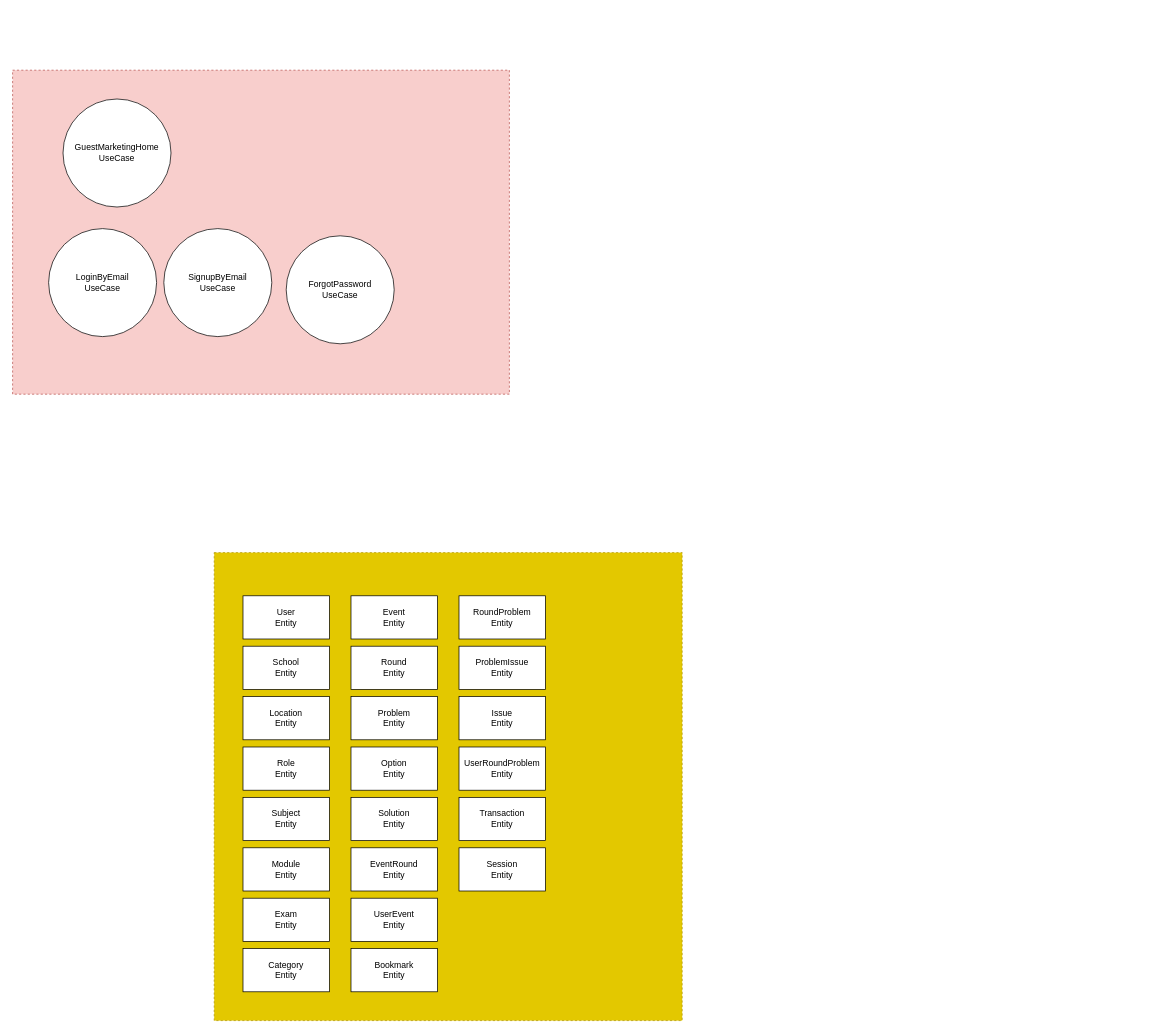
This is 3. draw.io/Untitled Diagram.drawio from aryskaliyev/go-bite-projects, a draw.io file, before an edit. Source tidied: cells renumbered, new cells numbered last; positions are measured from the earlier drawing's top-left corner, leaving out a move shared by most shapes. Both pictures are drawn from the tidied source at 72%, with x=0, y=0 at pixel (12, 70).
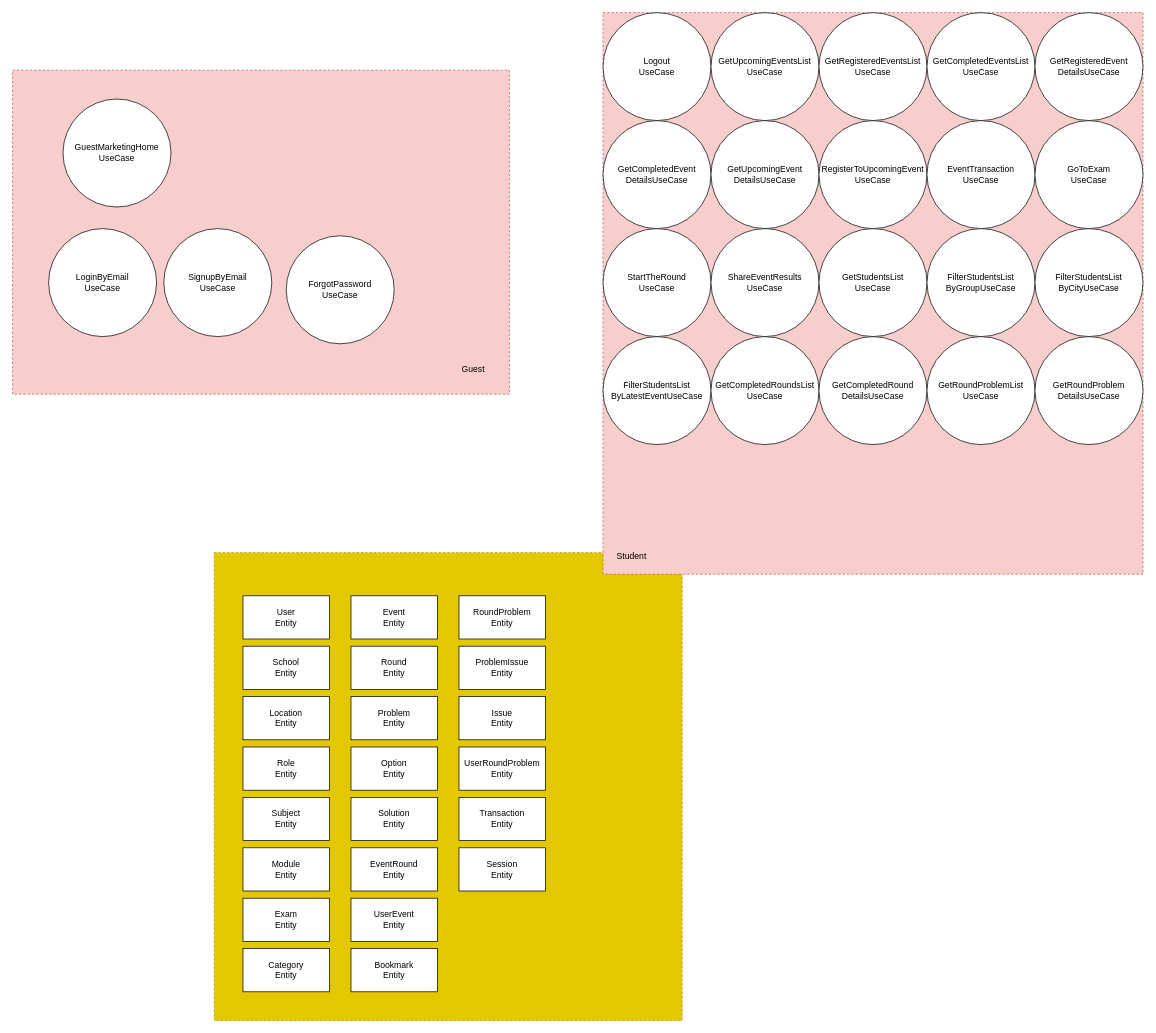
The same diagram, later.

Change to the diagram source:
```diff
@@
+    <mxCell id="30" style="rounded=0;whiteSpace=wrap;html=1;fillColor=#f8cecc;strokeColor=#b85450;dashed=1;" parent="1" vertex="1">
+      <mxGeometry x="820" y="-80" width="750" height="780" as="geometry" />
+    </mxCell>
+    <mxCell id="31" value="Student" style="text;html=1;strokeColor=none;fillColor=none;align=center;verticalAlign=middle;whiteSpace=wrap;rounded=0;" parent="1" vertex="1">
+      <mxGeometry x="830" y="660" width="60" height="30" as="geometry" />
+    </mxCell>
+    <mxCell id="32" value="Guest" style="text;html=1;strokeColor=none;fillColor=none;align=center;verticalAlign=middle;whiteSpace=wrap;rounded=0;" parent="1" vertex="1">
+      <mxGeometry x="610" y="400" width="60" height="30" as="geometry" />
+    </mxCell>
+    <mxCell id="33" value="&lt;div&gt;Logout&lt;/div&gt;&lt;div&gt;UseCase&lt;/div&gt;" style="ellipse;whiteSpace=wrap;html=1;" parent="1" vertex="1">
+      <mxGeometry x="820" y="-80" width="150" height="150" as="geometry" />
+    </mxCell>
+    <mxCell id="34" value="&lt;div&gt;GetUpcomingEventsList&lt;/div&gt;&lt;div&gt;UseCase&lt;br&gt;&lt;/div&gt;" style="ellipse;whiteSpace=wrap;html=1;" parent="1" vertex="1">
+      <mxGeometry x="970" y="-80" width="150" height="150" as="geometry" />
+    </mxCell>
+    <mxCell id="35" value="&lt;div&gt;GetRegisteredEventsList&lt;/div&gt;&lt;div&gt;UseCase&lt;br&gt;&lt;/div&gt;" style="ellipse;whiteSpace=wrap;html=1;" parent="1" vertex="1">
+      <mxGeometry x="1120" y="-80" width="150" height="150" as="geometry" />
+    </mxCell>
+    <mxCell id="36" value="&lt;div&gt;GetCompletedEventsList&lt;/div&gt;&lt;div&gt;UseCase&lt;br&gt;&lt;/div&gt;" style="ellipse;whiteSpace=wrap;html=1;" parent="1" vertex="1">
+      <mxGeometry x="1270" y="-80" width="150" height="150" as="geometry" />
+    </mxCell>
+    <mxCell id="37" value="&lt;div&gt;GetRegisteredEvent&lt;/div&gt;&lt;div&gt;DetailsUseCase&lt;br&gt;&lt;/div&gt;" style="ellipse;whiteSpace=wrap;html=1;" parent="1" vertex="1">
+      <mxGeometry x="1420" y="-80" width="150" height="150" as="geometry" />
+    </mxCell>
+    <mxCell id="38" value="&lt;div&gt;GetCompletedEvent&lt;/div&gt;&lt;div&gt;DetailsUseCase&lt;br&gt;&lt;/div&gt;" style="ellipse;whiteSpace=wrap;html=1;" parent="1" vertex="1">
+      <mxGeometry x="820" y="70" width="150" height="150" as="geometry" />
+    </mxCell>
+    <mxCell id="39" value="&lt;div&gt;GetUpcomingEvent&lt;/div&gt;&lt;div&gt;DetailsUseCase&lt;br&gt;&lt;/div&gt;" style="ellipse;whiteSpace=wrap;html=1;" parent="1" vertex="1">
+      <mxGeometry x="970" y="70" width="150" height="150" as="geometry" />
+    </mxCell>
+    <mxCell id="40" value="&lt;div&gt;RegisterToUpcomingEvent&lt;/div&gt;&lt;div&gt;UseCase&lt;br&gt;&lt;/div&gt;" style="ellipse;whiteSpace=wrap;html=1;" parent="1" vertex="1">
+      <mxGeometry x="1120" y="70" width="150" height="150" as="geometry" />
+    </mxCell>
+    <mxCell id="41" value="&lt;div&gt;EventTransaction&lt;/div&gt;&lt;div&gt;UseCase&lt;br&gt;&lt;/div&gt;" style="ellipse;whiteSpace=wrap;html=1;" parent="1" vertex="1">
+      <mxGeometry x="1270" y="70" width="150" height="150" as="geometry" />
+    </mxCell>
+    <mxCell id="42" value="&lt;div&gt;GoToExam&lt;/div&gt;&lt;div&gt;UseCase&lt;br&gt;&lt;/div&gt;" style="ellipse;whiteSpace=wrap;html=1;" parent="1" vertex="1">
+      <mxGeometry x="1420" y="70" width="150" height="150" as="geometry" />
+    </mxCell>
+    <mxCell id="43" value="&lt;div&gt;StartTheRound&lt;/div&gt;&lt;div&gt;UseCase&lt;br&gt;&lt;/div&gt;" style="ellipse;whiteSpace=wrap;html=1;" parent="1" vertex="1">
+      <mxGeometry x="820" y="220" width="150" height="150" as="geometry" />
+    </mxCell>
+    <mxCell id="44" value="&lt;div&gt;ShareEventResults&lt;/div&gt;&lt;div&gt;UseCase&lt;br&gt;&lt;/div&gt;" style="ellipse;whiteSpace=wrap;html=1;" parent="1" vertex="1">
+      <mxGeometry x="970" y="220" width="150" height="150" as="geometry" />
+    </mxCell>
+    <mxCell id="45" value="&lt;div&gt;GetStudentsList&lt;/div&gt;&lt;div&gt;UseCase&lt;br&gt;&lt;/div&gt;" style="ellipse;whiteSpace=wrap;html=1;" parent="1" vertex="1">
+      <mxGeometry x="1120" y="220" width="150" height="150" as="geometry" />
+    </mxCell>
+    <mxCell id="46" value="&lt;div&gt;FilterStudentsList&lt;/div&gt;&lt;div&gt;ByGroupUseCase&lt;br&gt;&lt;/div&gt;" style="ellipse;whiteSpace=wrap;html=1;" parent="1" vertex="1">
+      <mxGeometry x="1270" y="220" width="150" height="150" as="geometry" />
+    </mxCell>
+    <mxCell id="47" value="&lt;div&gt;FilterStudentsList&lt;/div&gt;&lt;div&gt;ByCityUseCase&lt;br&gt;&lt;/div&gt;" style="ellipse;whiteSpace=wrap;html=1;" parent="1" vertex="1">
+      <mxGeometry x="1420" y="220" width="150" height="150" as="geometry" />
+    </mxCell>
+    <mxCell id="48" value="&lt;div&gt;FilterStudentsList&lt;/div&gt;&lt;div&gt;ByLatestEventUseCase&lt;br&gt;&lt;/div&gt;" style="ellipse;whiteSpace=wrap;html=1;" parent="1" vertex="1">
+      <mxGeometry x="820" y="370" width="150" height="150" as="geometry" />
+    </mxCell>
+    <mxCell id="49" value="&lt;div&gt;GetCompletedRoundsList&lt;/div&gt;&lt;div&gt;UseCase&lt;br&gt;&lt;/div&gt;" style="ellipse;whiteSpace=wrap;html=1;" parent="1" vertex="1">
+      <mxGeometry x="970" y="370" width="150" height="150" as="geometry" />
+    </mxCell>
+    <mxCell id="50" value="&lt;div&gt;GetCompletedRound&lt;/div&gt;&lt;div&gt;DetailsUseCase&lt;br&gt;&lt;/div&gt;" style="ellipse;whiteSpace=wrap;html=1;" parent="1" vertex="1">
+      <mxGeometry x="1120" y="370" width="150" height="150" as="geometry" />
+    </mxCell>
+    <mxCell id="51" value="&lt;div&gt;GetRoundProblemList&lt;/div&gt;&lt;div&gt;UseCase&lt;br&gt;&lt;/div&gt;" style="ellipse;whiteSpace=wrap;html=1;" parent="1" vertex="1">
+      <mxGeometry x="1270" y="370" width="150" height="150" as="geometry" />
+    </mxCell>
+    <mxCell id="52" value="&lt;div&gt;GetRoundProblem&lt;/div&gt;&lt;div&gt;DetailsUseCase&lt;br&gt;&lt;/div&gt;" style="ellipse;whiteSpace=wrap;html=1;" parent="1" vertex="1">
+      <mxGeometry x="1420" y="370" width="150" height="150" as="geometry" />
+    </mxCell>
```
